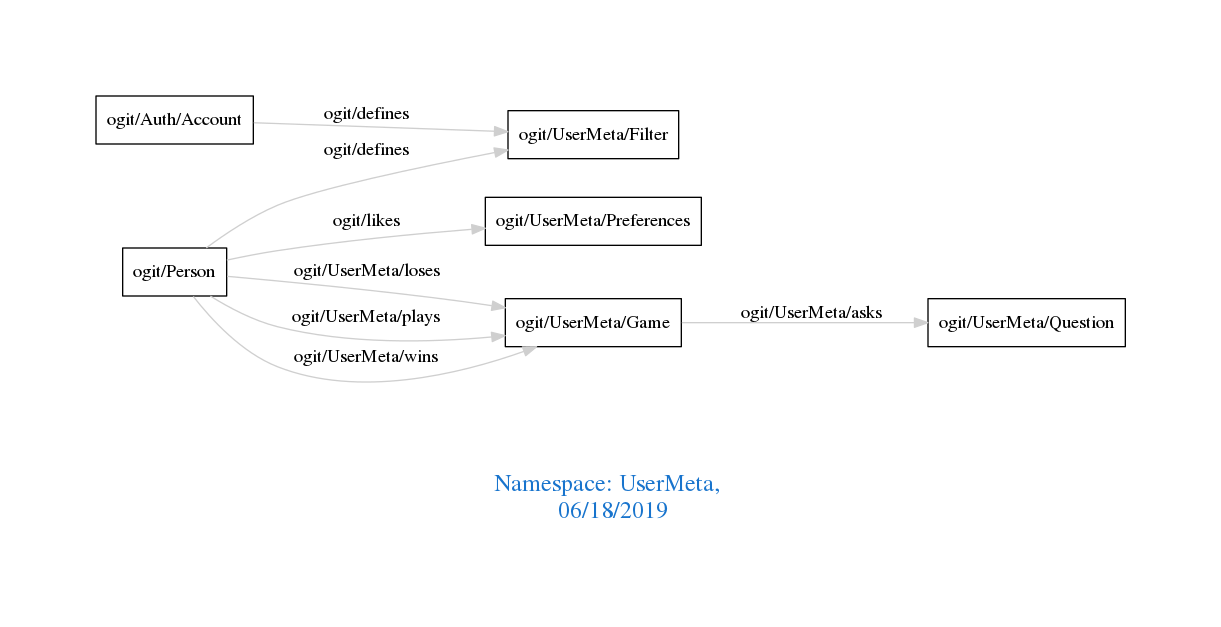
This is downloads/UserMeta.png from arago/OGIT, a Graphviz export, as it was before one commit. Its source is kept beside it as downloads/UserMeta.dot.
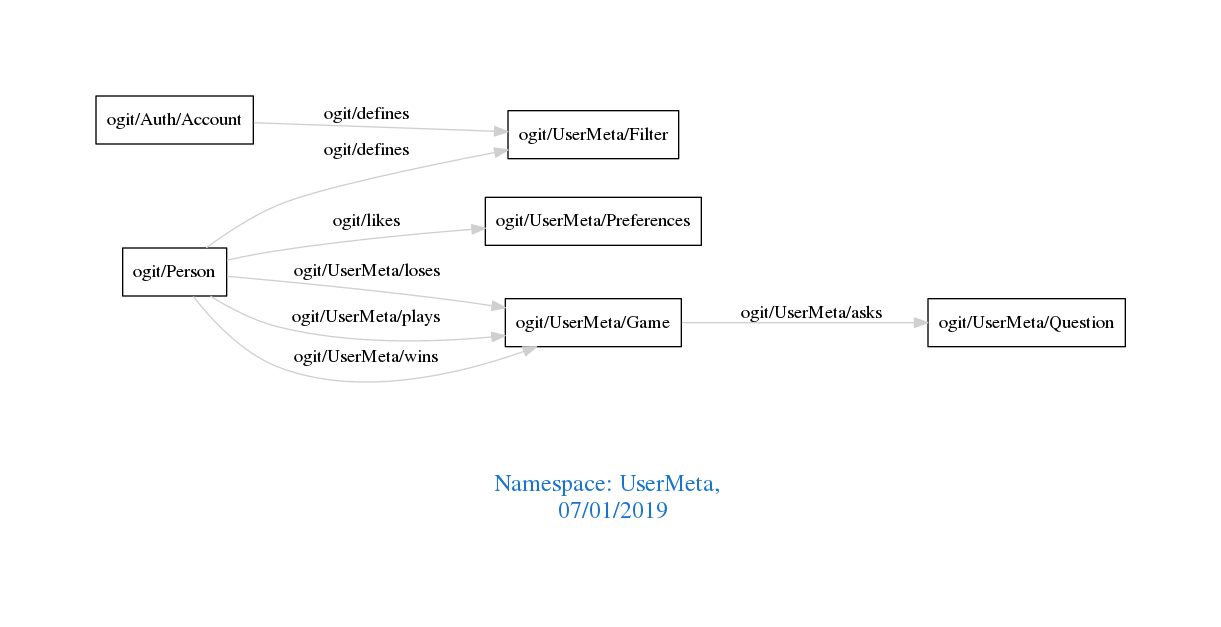
The same diagram one commit later.

Change to the diagram source:
```diff
@@ -1,7 +1,7 @@
 digraph OGIT_ontology {
  graph [ rankdir= LR,pad=1
 fontsize = 18,
-fontcolor= dodgerblue3,label = "\n\n\nNamespace: UserMeta, \n 06/18/2019"];
+fontcolor= dodgerblue3,label = "\n\n\nNamespace: UserMeta, \n 07/01/2019"];
 node[shape=polygon];
 edge [  color="gray81"];
 
```
